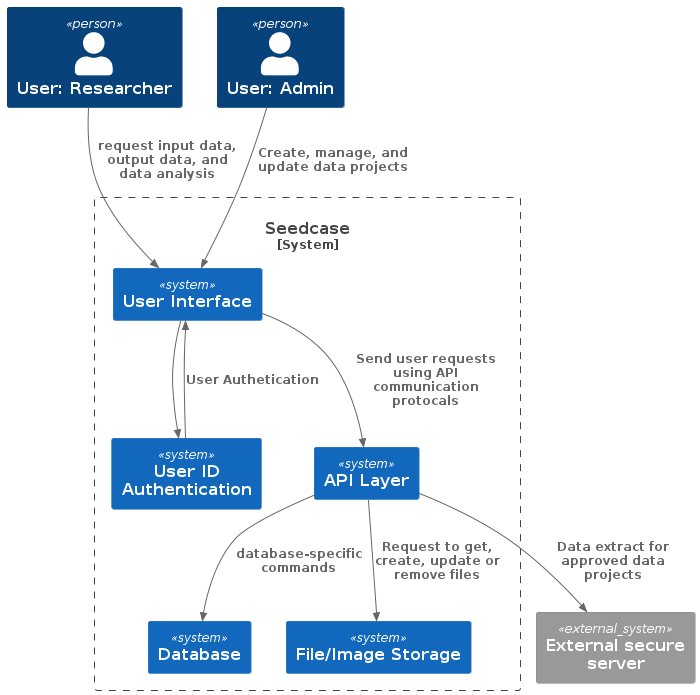
seedcase-project/seedcase-website keeps this PlantUML diagram as design/images/container.png. Above is the earlier version.
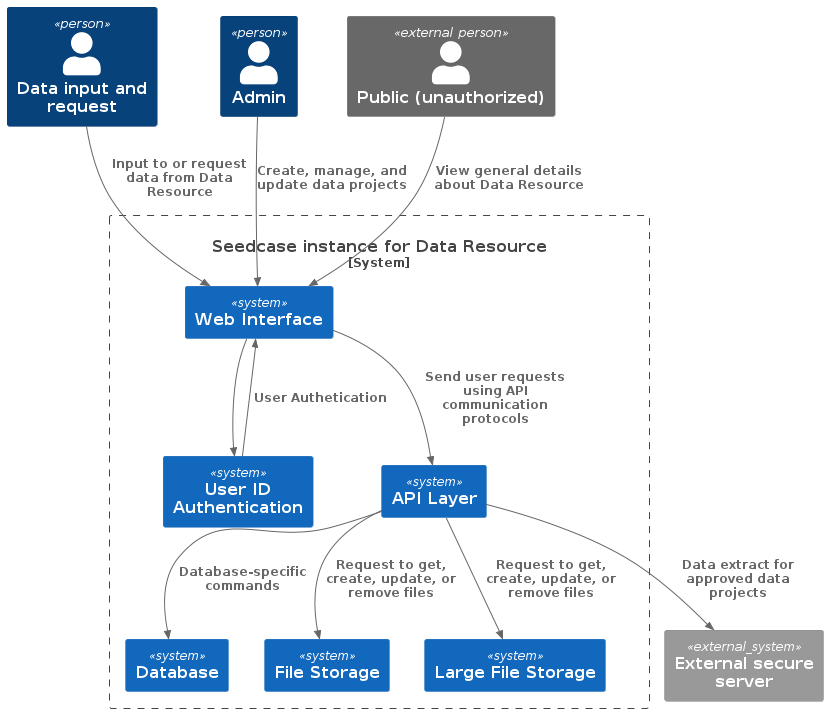
The same file after the commit.

Commit message:
update based on discussions

Diff of the diagram source:
```diff
@@ -1,25 +1,29 @@
 @startuml
 !include https://raw.githubusercontent.com/plantuml-stdlib/C4-PlantUML/master/C4_Container.puml
 
-Person(user_researcher, "User: Researcher")
-Person(user_admin, "User: Admin")
+Person(user_request_input, "Data input and request")
+Person(user_admin, "Admin")
+Person_Ext(user_public, "Public (unauthorized)")
 
-System_Boundary(seedcase, "Seedcase") {
-  System(web_framework, "User Interface")
+System_Boundary(seedcase, "Seedcase instance for Data Resource") {
+  System(web_framework, "Web Interface")
   System(id_management, "User ID Authentication")
   System(api_framework, "API Layer")
   System(backend_database, "Database")
-  System(backend_file_storge, "File/Image Storage")
+  System(backend_file_storage, "File Storage")
+  System(backend_large_file_storage, "Large File Storage")
 
 }
 System_Ext(external_server, "External secure server")
 
-Rel(user_researcher, web_framework, "request input data, output data, and data analysis")
+Rel(user_public, web_framework, "View general details about Data Resource")
+Rel(user_request_input, web_framework, "Input to or request data from Data Resource")
 Rel(user_admin, web_framework, "Create, manage, and update data projects")
 Rel(id_management, web_framework, "User Authetication")
 Rel(web_framework, id_management, "")
-Rel(web_framework, api_framework, "Send user requests using API communication protocals")
-Rel(api_framework, backend_database, "database-specific commands")
-Rel(api_framework, backend_file_storge, "Request to get, create, update or remove files")
+Rel(web_framework, api_framework, "Send user requests using API communication protocols")
+Rel(api_framework, backend_database, "Database-specific commands")
+Rel(api_framework, backend_file_storage, "Request to get, create, update, or remove files")
+Rel(api_framework, backend_large_file_storage, "Request to get, create, update, or remove files")
 Rel(api_framework, external_server, "Data extract for approved data projects")
 @enduml
```
